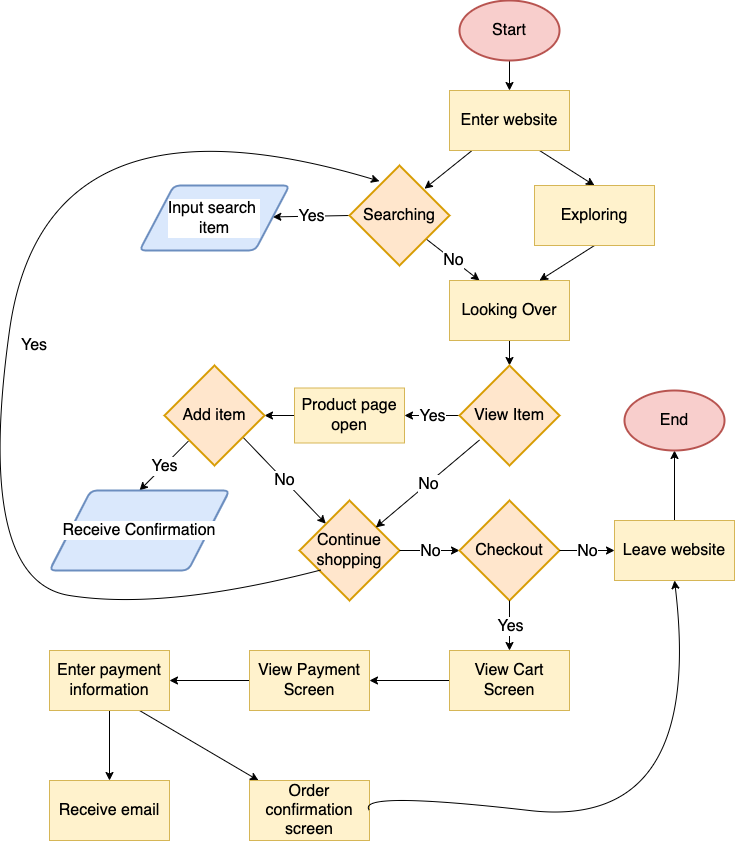
Before: explore/diagramming/diagram.drawio.png, a diagram exported from draw.io (fillna/cse110_lab4). Source tidied: cells renumbered, new cells last; positions are measured from the earlier drawing's top-left corner, leaving out a move shared by most shapes.
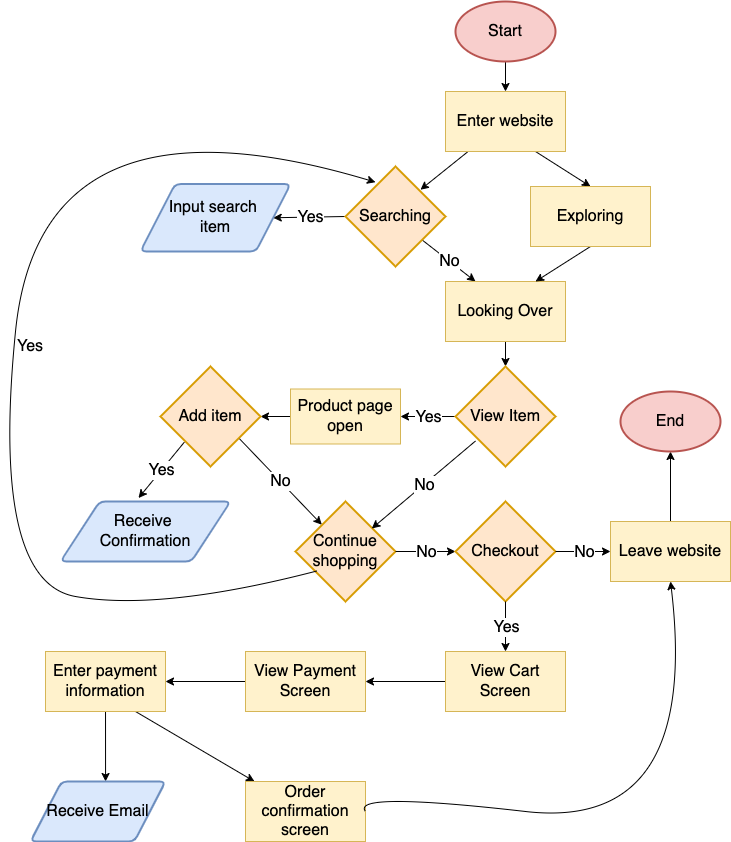
The same file after the commit.

What changed in the source:
```diff
@@ -20,7 +20,7 @@
     <mxCell id="7" value="No" style="edgeLabel;html=1;align=center;verticalAlign=middle;fontSize=16;" parent="6" vertex="1">
       <mxGeometry relative="1" as="geometry" />
     </mxCell>
-    <mxCell id="8" style="endArrow=classic;html=1;fontSize=16;exitX=0;exitY=0.5;exitDx=0;exitDy=0;exitPerimeter=0;" parent="1" edge="1" source="25" target="51">
+    <mxCell id="8" style="endArrow=classic;html=1;fontSize=16;exitX=0;exitY=0.5;exitDx=0;exitDy=0;exitPerimeter=0;entryX=1;entryY=0.5;entryDx=0;entryDy=0;" parent="1" edge="1" source="25" target="51">
       <mxGeometry relative="1" as="geometry" />
     </mxCell>
     <mxCell id="9" value="Yes" style="edgeLabel;html=1;align=center;verticalAlign=middle;fontSize=16;" parent="8" vertex="1">
@@ -50,7 +50,7 @@
     <mxCell id="17" value="Product page open" style="rounded=0;whiteSpace=wrap;html=1;fontSize=16;fillColor=#fff2cc;strokeColor=#d6b656;" parent="1" vertex="1">
       <mxGeometry x="320" y="387.5" width="110" height="55" as="geometry" />
     </mxCell>
-    <mxCell id="18" style="endArrow=classic;html=1;fontSize=16;entryX=0.5;entryY=0;entryDx=0;entryDy=0;exitX=0.238;exitY=0.757;exitDx=0;exitDy=0;exitPerimeter=0;" parent="1" edge="1" source="24" target="52">
+    <mxCell id="18" style="endArrow=classic;html=1;fontSize=16;entryX=0.459;entryY=-0.058;entryDx=0;entryDy=0;exitX=0.238;exitY=0.757;exitDx=0;exitDy=0;exitPerimeter=0;entryPerimeter=0;" parent="1" edge="1" source="24" target="52">
       <mxGeometry relative="1" as="geometry" />
     </mxCell>
     <mxCell id="19" value="Yes" style="edgeLabel;html=1;align=center;verticalAlign=middle;fontSize=16;" parent="18" vertex="1">
@@ -90,7 +90,7 @@
       <mxGeometry relative="1" as="geometry">
         <Array as="points">
           <mxPoint x="190" y="610" />
-          <mxPoint y="580" />
+          <mxPoint x="20" y="580" />
           <mxPoint x="70" y="80" />
         </Array>
       </mxGeometry>
@@ -136,7 +136,7 @@
     <mxCell id="43" style="edgeStyle=none;html=1;fontSize=16;exitX=0.75;exitY=1;exitDx=0;exitDy=0;" parent="1" edge="1" source="45" target="46">
       <mxGeometry relative="1" as="geometry" />
     </mxCell>
-    <mxCell id="44" style="edgeStyle=none;html=1;fontSize=16;" parent="1" edge="1" source="45" target="48">
+    <mxCell id="44" style="edgeStyle=none;html=1;fontSize=16;entryX=0.556;entryY=0;entryDx=0;entryDy=0;entryPerimeter=0;" parent="1" edge="1" source="45" target="53">
       <mxGeometry relative="1" as="geometry" />
     </mxCell>
     <mxCell id="45" value="Enter payment information" style="rounded=0;whiteSpace=wrap;html=1;fontSize=16;fillColor=#fff2cc;strokeColor=#d6b656;" parent="1" vertex="1">
@@ -153,20 +153,20 @@
         </Array>
       </mxGeometry>
     </mxCell>
-    <mxCell id="48" value="Receive email" style="whiteSpace=wrap;html=1;fontSize=16;rounded=0;fillColor=#fff2cc;strokeColor=#d6b656;" parent="1" vertex="1">
-      <mxGeometry x="75" y="780" width="120" height="60" as="geometry" />
-    </mxCell>
     <mxCell id="49" value="End" style="strokeWidth=2;html=1;shape=mxgraph.flowchart.start_1;whiteSpace=wrap;fontSize=16;fillColor=#f8cecc;strokeColor=#b85450;" parent="1" vertex="1">
       <mxGeometry x="650" y="390" width="100" height="60" as="geometry" />
     </mxCell>
     <mxCell id="50" value="Start" style="strokeWidth=2;html=1;shape=mxgraph.flowchart.start_1;whiteSpace=wrap;fontSize=16;fillColor=#f8cecc;strokeColor=#b85450;" parent="1" vertex="1">
       <mxGeometry x="485" width="100" height="60" as="geometry" />
     </mxCell>
+    <mxCell id="53" value="&lt;font style=&quot;font-size: 16px;&quot;&gt;Receive Email&lt;/font&gt;" style="shape=parallelogram;html=1;strokeWidth=2;perimeter=parallelogramPerimeter;whiteSpace=wrap;rounded=1;arcSize=12;size=0.23;fillColor=#dae8fc;strokeColor=#6c8ebf;" parent="1" vertex="1">
+      <mxGeometry x="60" y="780" width="135" height="60" as="geometry" />
+    </mxCell>
+    <mxCell id="52" value="&lt;font style=&quot;font-size: 16px;&quot;&gt;Receive &lt;br&gt;Confirmation&lt;/font&gt;" style="shape=parallelogram;html=1;strokeWidth=2;perimeter=parallelogramPerimeter;whiteSpace=wrap;rounded=1;arcSize=12;size=0.23;fillColor=#dae8fc;strokeColor=#6c8ebf;" parent="1" vertex="1">
+      <mxGeometry x="90" y="500" width="170" height="60" as="geometry" />
+    </mxCell>
-    <mxCell id="51" value="&lt;font style=&quot;font-size: 16px;&quot;&gt;Input search &lt;br&gt;item&lt;/font&gt;" style="shape=parallelogram;html=1;strokeWidth=2;perimeter=parallelogramPerimeter;whiteSpace=wrap;rounded=1;arcSize=12;size=0.23;labelBackgroundColor=#FFFFFF;fillColor=#dae8fc;strokeColor=#6c8ebf;" parent="1" vertex="1">
-      <mxGeometry x="165" y="185" width="150" height="65" as="geometry" />
+    <mxCell id="51" value="&lt;font style=&quot;font-size: 16px;&quot;&gt;Input search &lt;br&gt;item&lt;/font&gt;" style="shape=parallelogram;html=1;strokeWidth=2;perimeter=parallelogramPerimeter;whiteSpace=wrap;rounded=1;arcSize=12;size=0.23;fillColor=#dae8fc;strokeColor=#6c8ebf;" parent="1" vertex="1">
+      <mxGeometry x="170" y="182.5" width="150" height="67.5" as="geometry" />
     </mxCell>
-    <mxCell id="52" value="Receive Confirmation" style="shape=parallelogram;html=1;strokeWidth=2;perimeter=parallelogramPerimeter;whiteSpace=wrap;rounded=1;arcSize=12;size=0.23;labelBackgroundColor=#FFFFFF;fontSize=16;fillColor=#dae8fc;strokeColor=#6c8ebf;" parent="1" vertex="1">
-      <mxGeometry x="75" y="490" width="180" height="80" as="geometry" />
-    </mxCell>
   </root>
 </mxGraphModel>
```
